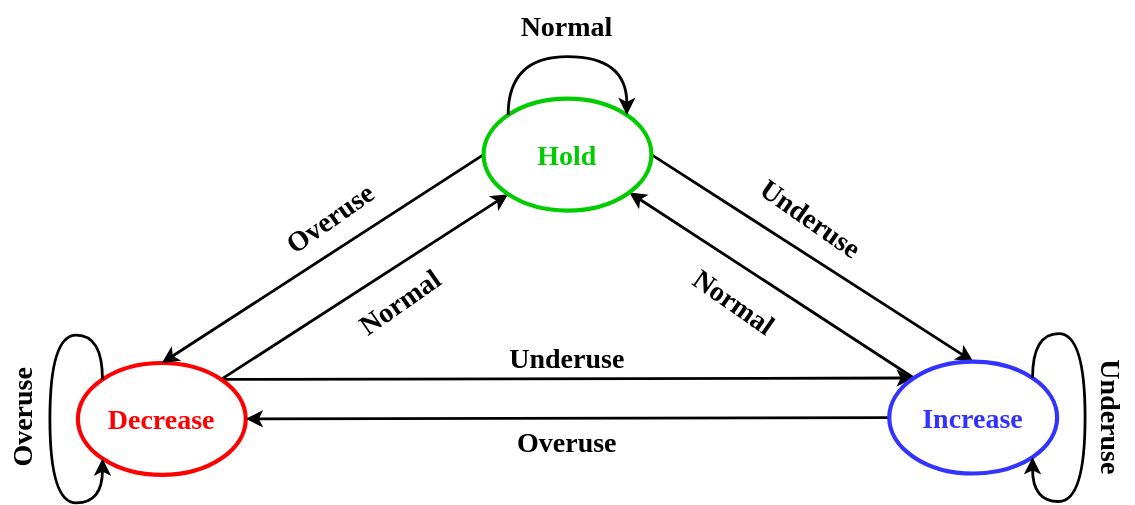
xiaosayin/c-educoder keeps this draw.io diagram as state_machine.svg. Above is the earlier version. Source tidied: cells renumbered, new cells last; positions are measured from the earlier drawing's top-left corner, leaving out a move shared by most shapes.
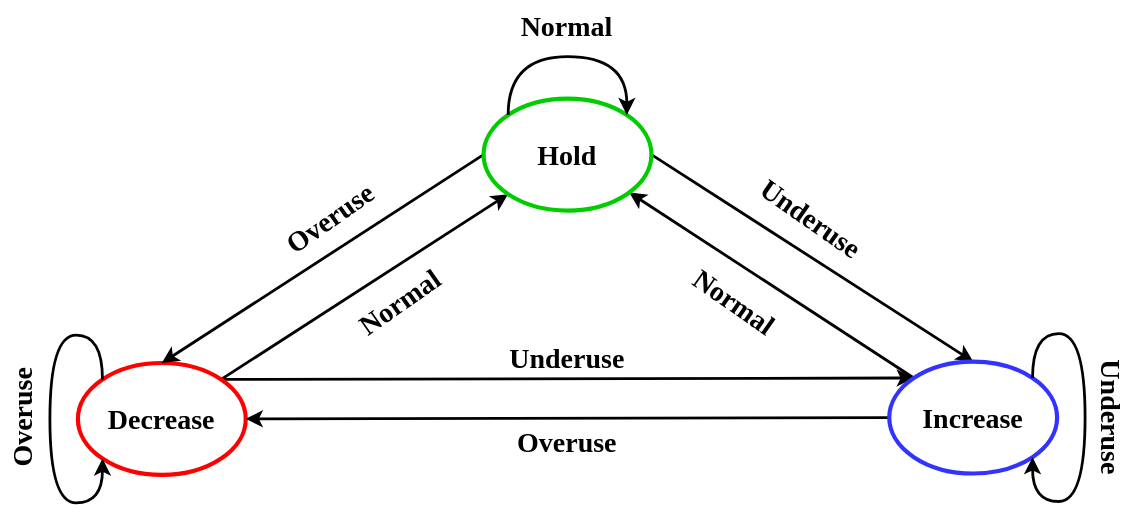
After the commit.

What changed in the source:
```diff
@@ -10,7 +10,7 @@
     <mxCell id="3" style="edgeStyle=none;rounded=0;jettySize=auto;html=1;exitX=1;exitY=0;exitDx=0;exitDy=0;entryX=0;entryY=0;entryDx=0;entryDy=0;fontFamily=Times New Roman;fontSize=20;strokeWidth=2;strokeColor=#000000;fontStyle=1;" parent="1" edge="1" source="4" target="9">
       <mxGeometry relative="1" as="geometry" />
     </mxCell>
-    <mxCell id="4" value="&lt;font color=&quot;#ff0000&quot;&gt;Decrease&lt;/font&gt;" style="ellipse;whiteSpace=wrap;html=1;fontFamily=Times New Roman;fontSize=20;strokeWidth=3;strokeColor=#FF0000;fontStyle=1;" parent="1" vertex="1">
+    <mxCell id="4" value="Decrease" style="ellipse;whiteSpace=wrap;html=1;fontFamily=Times New Roman;fontSize=20;strokeWidth=3;strokeColor=#FF0000;fontStyle=1;" parent="1" vertex="1">
       <mxGeometry x="70" y="259" width="120" height="80" as="geometry" />
     </mxCell>
     <mxCell id="5" style="edgeStyle=none;rounded=0;jettySize=auto;html=1;exitX=1;exitY=0.5;exitDx=0;exitDy=0;entryX=0.5;entryY=0;entryDx=0;entryDy=0;fontFamily=Times New Roman;fontSize=20;strokeWidth=2;strokeColor=#000000;fontStyle=1;" parent="1" edge="1" target="9">
@@ -31,7 +31,7 @@
     <mxCell id="8" style="edgeStyle=none;rounded=0;jettySize=auto;html=1;exitX=0;exitY=0.5;exitDx=0;exitDy=0;fontFamily=Times New Roman;fontSize=20;strokeWidth=2;fillColor=#e51400;strokeColor=#000000;fontStyle=1;" parent="1" edge="1" source="9" target="4">
       <mxGeometry relative="1" as="geometry" />
     </mxCell>
-    <mxCell id="9" value="&lt;font color=&quot;#3333ff&quot;&gt;Increase&lt;/font&gt;" style="ellipse;whiteSpace=wrap;html=1;fontFamily=Times New Roman;fontSize=20;strokeWidth=3;fillColor=none;strokeColor=#3333FF;fontStyle=1;" parent="1" vertex="1">
+    <mxCell id="9" value="Increase" style="ellipse;whiteSpace=wrap;html=1;fontFamily=Times New Roman;fontSize=20;strokeWidth=3;fillColor=none;strokeColor=#3333FF;fontStyle=1;" parent="1" vertex="1">
       <mxGeometry x="650" y="258" width="120" height="80" as="geometry" />
     </mxCell>
     <mxCell id="10" value="Overuse" style="text;html=1;strokeColor=none;fillColor=none;align=center;verticalAlign=middle;whiteSpace=wrap;rounded=0;fontFamily=Times New Roman;fontSize=20;rotation=325;fontStyle=1;" parent="1" vertex="1">
@@ -55,7 +55,7 @@
     <mxCell id="16" value="&lt;font color=&quot;#000000&quot;&gt;Underuse&lt;/font&gt;" style="text;html=1;strokeColor=none;fillColor=none;align=center;verticalAlign=middle;whiteSpace=wrap;rounded=0;fontFamily=Times New Roman;fontSize=20;fontColor=#00FFFF;rotation=35;fontStyle=1;" parent="1" vertex="1">
       <mxGeometry x="564.5" y="140" width="60" height="30" as="geometry" />
     </mxCell>
-    <mxCell id="17" value="&lt;font color=&quot;#00cc00&quot; style=&quot;font-size: 20px;&quot;&gt;&lt;span style=&quot;font-size: 20px;&quot;&gt;Hold&lt;/span&gt;&lt;/font&gt;" style="ellipse;whiteSpace=wrap;html=1;fontFamily=Times New Roman;fontSize=20;strokeWidth=3;strokeColor=#00CC00;fillColor=none;fontColor=#00CC00;fontStyle=1;" parent="1" vertex="1">
+    <mxCell id="17" value="&lt;font color=&quot;#000000&quot; style=&quot;font-size: 20px;&quot;&gt;&lt;span style=&quot;font-size: 20px;&quot;&gt;Hold&lt;/span&gt;&lt;/font&gt;" style="ellipse;whiteSpace=wrap;html=1;fontFamily=Times New Roman;fontSize=20;strokeWidth=3;strokeColor=#00CC00;fillColor=none;fontColor=#00CC00;fontStyle=1;" parent="1" vertex="1">
       <mxGeometry x="360" y="70" width="120" height="80" as="geometry" />
     </mxCell>
     <mxCell id="18" style="rounded=0;orthogonalLoop=1;jettySize=auto;html=1;exitX=0;exitY=0;exitDx=0;exitDy=0;entryX=1;entryY=0;entryDx=0;entryDy=0;strokeColor=#000000;strokeWidth=2;fontFamily=Times New Roman;fontSize=20;fontColor=#00CC00;edgeStyle=orthogonalEdgeStyle;curved=1;fontStyle=1;" parent="1" edge="1" source="17" target="17">
```
